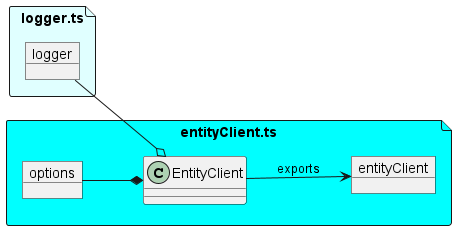
Above: assets/entityClient.png in karmaniverous/entity-manager-demo (PlantUML), before the change.
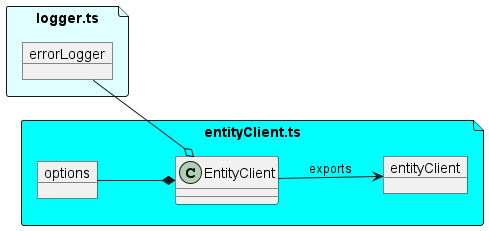
The same diagram one commit later.

The edit, as a diff of the source:
```diff
@@ -5,14 +5,14 @@
 left to right direction
 
 file "logger.ts" as loggerTs #LightCyan {
-    object logger
+    object errorLogger
 }
 
 file "entityClient.ts" as entityClientTs #cyan {
     object options
     class EntityClient
 
-    logger --o EntityClient
+    errorLogger --o EntityClient
     options --* EntityClient
 
     object entityClient
```
